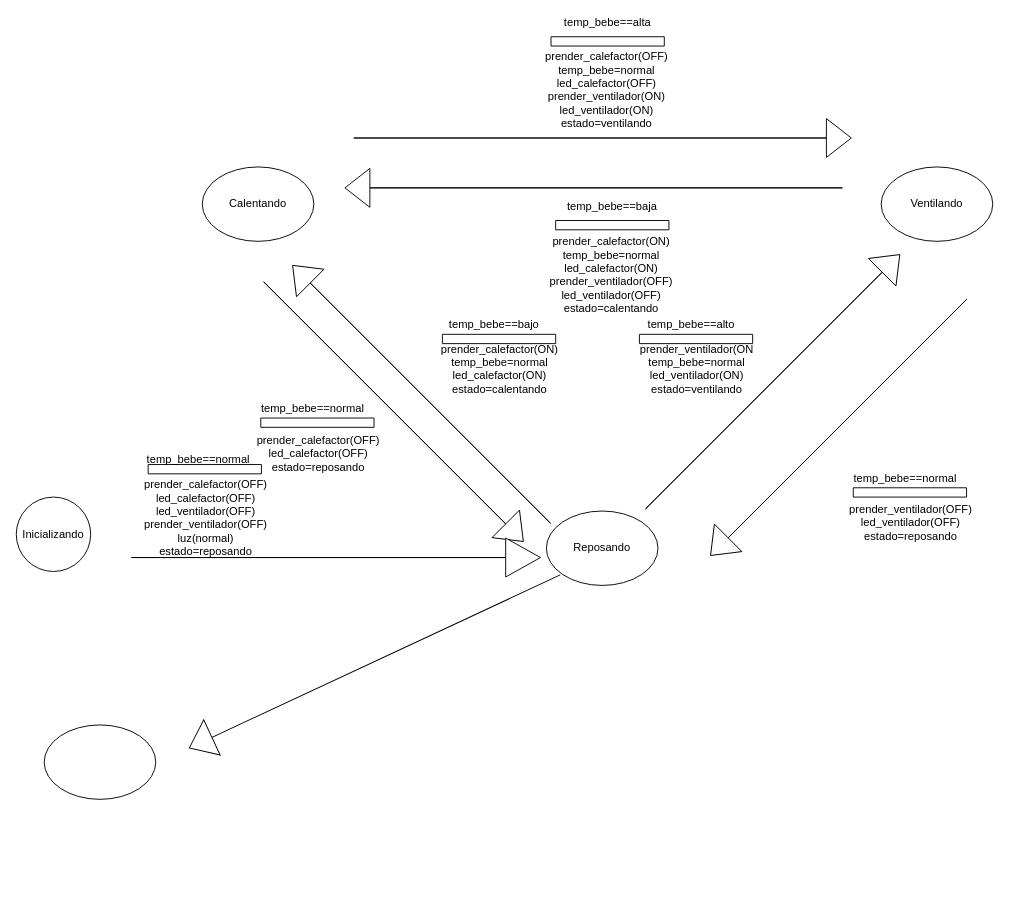
This is SERBOCUNA.drawio from fjrod09-eng/TP-RODRIGUEZ-LEAL, a draw.io file, before an edit. Source tidied: cells renumbered, new cells numbered last; positions are measured from the earlier drawing's top-left corner, leaving out a move shared by most shapes. Both pictures are drawn from the tidied source at 93%, with x=0, y=0 at pixel (16, -112).
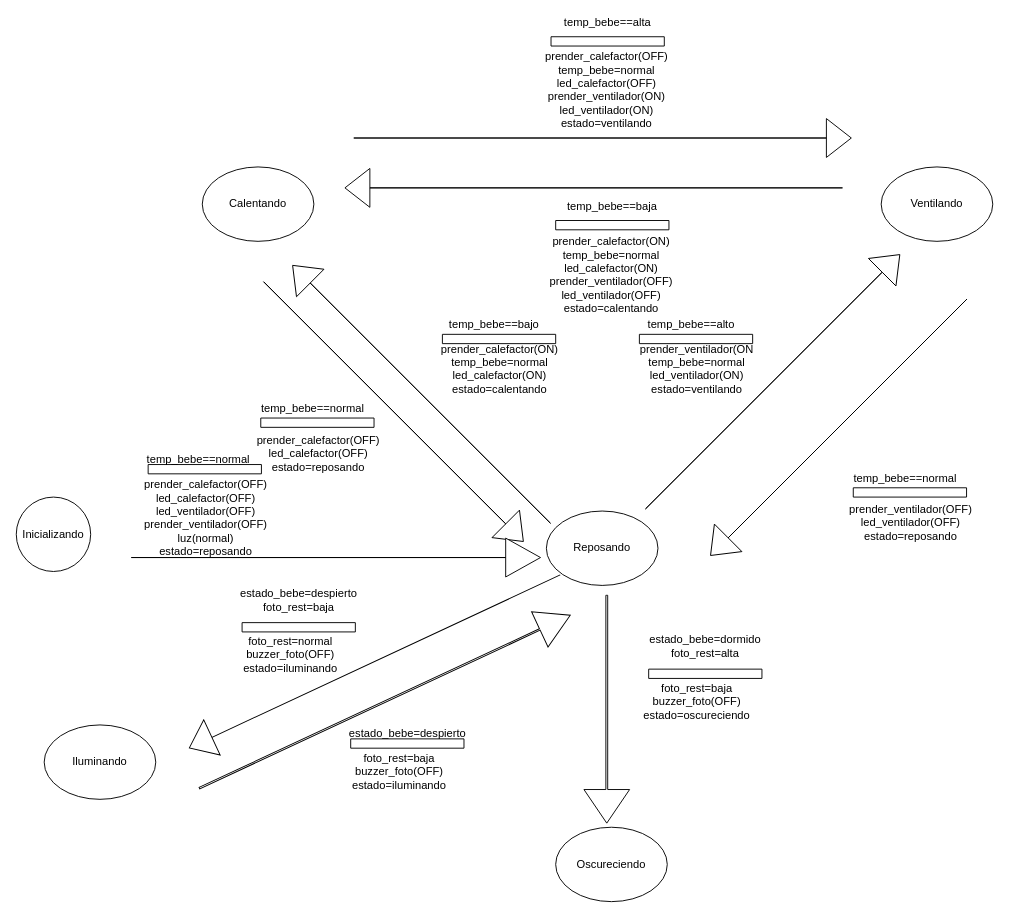
The same page after the edit.

The edit, as a diff of the source:
```diff
@@
-    <mxCell id="30" style="ellipse;whiteSpace=wrap;html=1;" parent="1" vertex="1">
+    <mxCell id="30" value="Iluminando" style="ellipse;whiteSpace=wrap;html=1;" parent="1" vertex="1">
       <mxGeometry x="30" y="899" width="120" height="80" as="geometry" />
     </mxCell>
@@
+    <mxCell id="36" style="verticalLabelPosition=bottom;verticalAlign=top;html=1;shape=mxgraph.basic.rect;fillColor2=none;strokeWidth=1;size=20;indent=5;" parent="1" vertex="1">
+      <mxGeometry x="242.8" y="789" width="121.8" height="10" as="geometry" />
+    </mxCell>
+    <mxCell id="37" value="estado_bebe=despierto&lt;div&gt;foto_rest=baja&lt;/div&gt;" style="text;html=1;whiteSpace=wrap;strokeColor=none;fillColor=none;align=center;verticalAlign=middle;rounded=0;" parent="1" vertex="1">
+      <mxGeometry x="247.8" y="759.6" width="111.8" height="10" as="geometry" />
+    </mxCell>
+    <mxCell id="38" value="foto_rest=normal&lt;div&gt;buzzer_foto(OFF)&lt;/div&gt;&lt;div&gt;estado=iluminando&lt;/div&gt;" style="text;html=1;whiteSpace=wrap;strokeColor=none;fillColor=none;align=center;verticalAlign=middle;rounded=0;" parent="1" vertex="1">
+      <mxGeometry x="260" y="809" width="70" height="30" as="geometry" />
+    </mxCell>
+    <mxCell id="39" value="Oscureciendo" style="ellipse;whiteSpace=wrap;html=1;" parent="1" vertex="1">
+      <mxGeometry x="580" y="1009" width="120" height="80" as="geometry" />
+    </mxCell>
+    <mxCell id="40" style="html=1;shadow=0;dashed=0;align=center;verticalAlign=middle;shape=mxgraph.arrows2.arrow;dy=0.96;dx=36.15;direction=north;notch=0;rotation=65;" parent="1" vertex="1">
+      <mxGeometry x="375.4" y="654" width="41.8" height="440" as="geometry" />
+    </mxCell>
+    <mxCell id="41" style="verticalLabelPosition=bottom;verticalAlign=top;html=1;shape=mxgraph.basic.rect;fillColor2=none;strokeWidth=1;size=20;indent=5;" parent="1" vertex="1">
+      <mxGeometry x="359.6" y="914" width="121.8" height="10" as="geometry" />
+    </mxCell>
+    <mxCell id="42" value="estado_bebe=despierto" style="text;html=1;whiteSpace=wrap;strokeColor=none;fillColor=none;align=center;verticalAlign=middle;rounded=0;" parent="1" vertex="1">
+      <mxGeometry x="364.6" y="904" width="111.8" height="10" as="geometry" />
+    </mxCell>
+    <mxCell id="43" value="foto_rest=baja&lt;div&gt;buzzer_foto(OFF)&lt;/div&gt;&lt;div&gt;estado=iluminando&lt;/div&gt;" style="text;html=1;whiteSpace=wrap;strokeColor=none;fillColor=none;align=center;verticalAlign=middle;rounded=0;" parent="1" vertex="1">
+      <mxGeometry x="376.8" y="934" width="70" height="30" as="geometry" />
+    </mxCell>
+    <mxCell id="44" style="html=1;shadow=0;dashed=0;align=center;verticalAlign=middle;shape=mxgraph.arrows2.arrow;dy=0.96;dx=36.15;direction=north;notch=0;rotation=-180;" parent="1" vertex="1">
+      <mxGeometry x="610.4" y="759.6" width="49.1" height="245" as="geometry" />
+    </mxCell>
+    <mxCell id="45" style="verticalLabelPosition=bottom;verticalAlign=top;html=1;shape=mxgraph.basic.rect;fillColor2=none;strokeWidth=1;size=20;indent=5;" parent="1" vertex="1">
+      <mxGeometry x="680" y="839" width="121.8" height="10" as="geometry" />
+    </mxCell>
+    <mxCell id="46" value="estado_bebe=dormido&lt;div&gt;foto_rest=alta&lt;/div&gt;" style="text;html=1;whiteSpace=wrap;strokeColor=none;fillColor=none;align=center;verticalAlign=middle;rounded=0;" parent="1" vertex="1">
+      <mxGeometry x="685" y="809" width="111.8" height="10" as="geometry" />
+    </mxCell>
+    <mxCell id="47" value="foto_rest=baja&lt;div&gt;buzzer_foto(OFF)&lt;/div&gt;&lt;div&gt;estado=oscureciendo&lt;/div&gt;" style="text;html=1;whiteSpace=wrap;strokeColor=none;fillColor=none;align=center;verticalAlign=middle;rounded=0;" parent="1" vertex="1">
+      <mxGeometry x="697.2" y="859" width="70" height="30" as="geometry" />
+    </mxCell>
```
